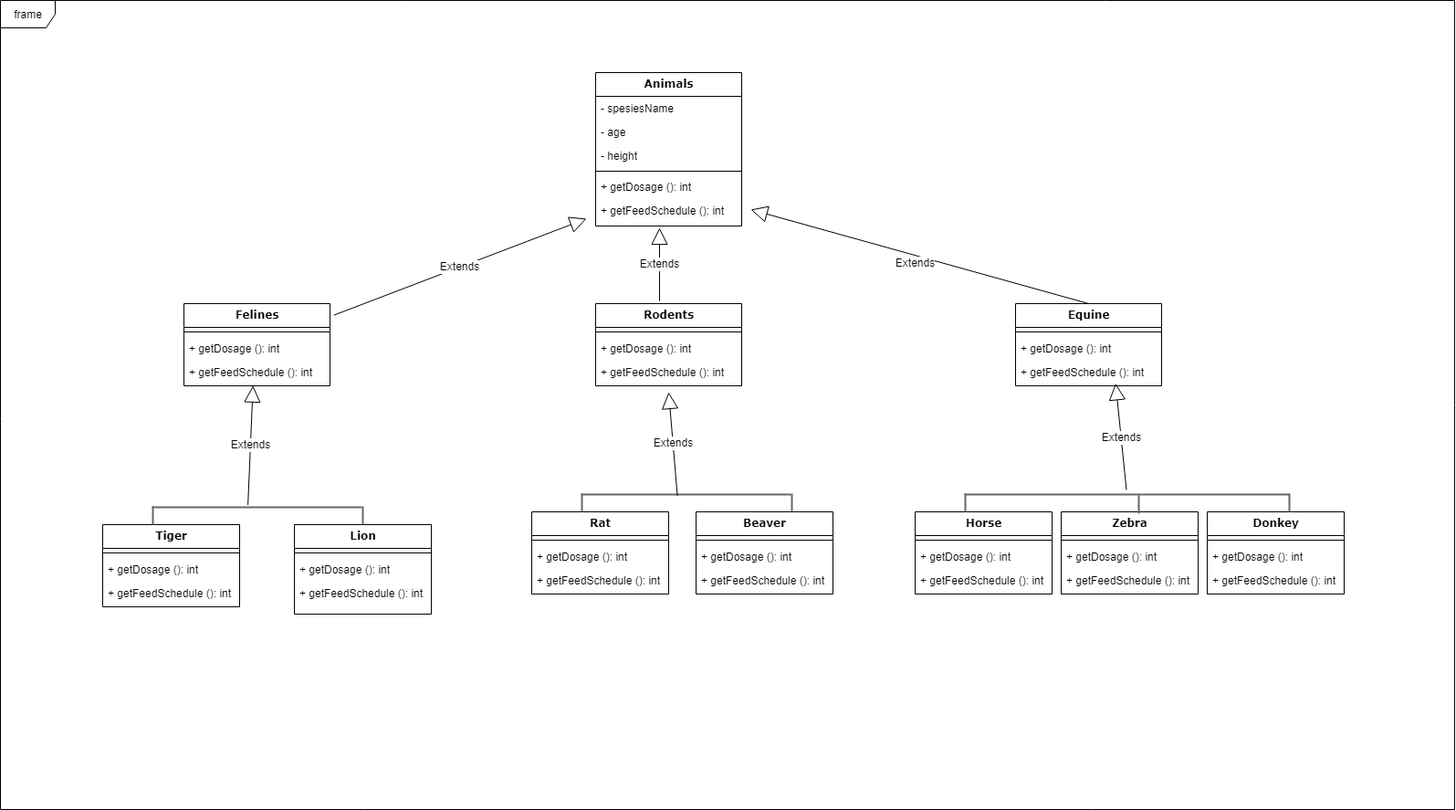
The draw.io diagram Hayvanat Bahçesi Yönetimi.drawio.png in smyy96/PatikaOOP, before a commit. Source tidied: cells renumbered, new cells last; positions are measured from the earlier drawing's top-left corner, leaving out a move shared by most shapes.
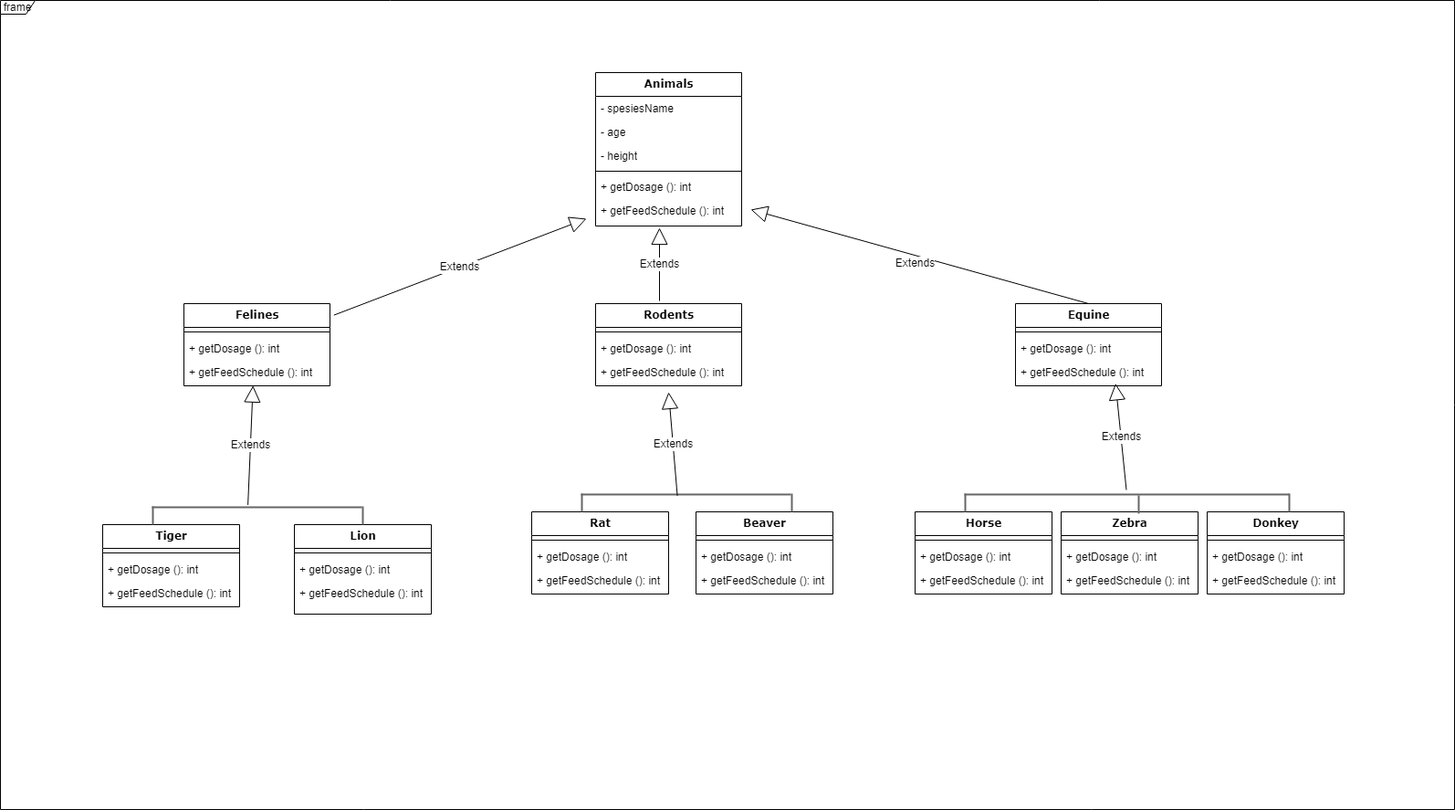
The same file after the commit.

The edit, as a diff of the source:
```diff
@@ -1,4 +1,4 @@
-<mxGraphModel background="#ffffff">
+<mxGraphModel>
   <root>
     <mxCell id="0" />
     <mxCell id="1" parent="0" />
@@ -200,7 +200,7 @@
     <mxCell id="64" value="Extends" style="endArrow=block;endSize=16;endFill=0;html=1;rounded=0;fontSize=12;entryX=0.685;entryY=0.974;entryDx=0;entryDy=0;entryPerimeter=0;" parent="1" edge="1" source="61" target="20">
       <mxGeometry relative="1" as="geometry" />
     </mxCell>
-    <mxCell id="65" value="frame" style="shape=umlFrame;whiteSpace=wrap;html=1;fontSize=12;" parent="1" vertex="1">
+    <mxCell id="65" value="frame" style="shape=umlFrame;whiteSpace=wrap;html=1;fontSize=12;width=38;height=15;" parent="1" vertex="1">
       <mxGeometry width="1593" height="886" as="geometry" />
     </mxCell>
   </root>
```
